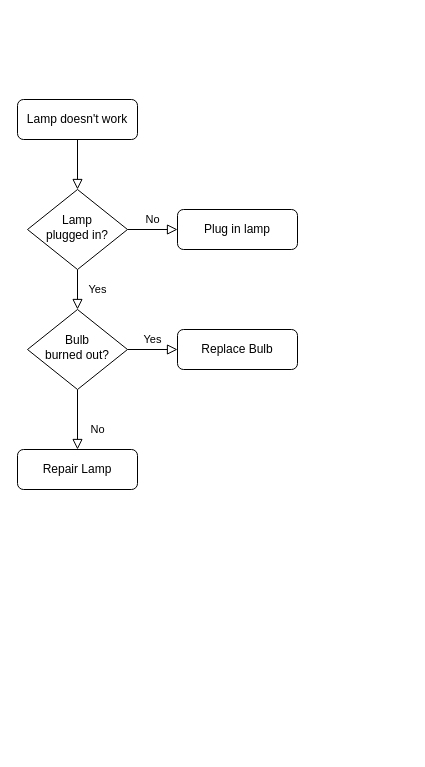
qiweimao/ESP32-Datalogger keeps this draw.io diagram as architecture/Untitled Diagram.drawio. Above is the earlier version. Source tidied: cells renumbered, new cells numbered last; positions are measured from the earlier drawing's top-left corner, leaving out a move shared by most shapes. Both pictures are drawn from the tidied source at 100%, with x=0, y=0 at pixel (17, 99).
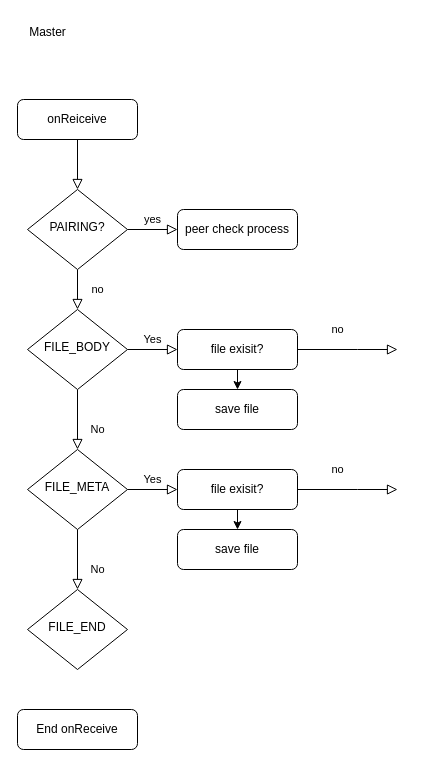
The same diagram, later.

What changed in the source:
```diff
@@
-    <mxCell id="3" value="Lamp doesn't work" style="rounded=1;whiteSpace=wrap;html=1;fontSize=12;glass=0;strokeWidth=1;shadow=0;" parent="1" vertex="1">
+    <mxCell id="3" value="onReiceive" style="rounded=1;whiteSpace=wrap;html=1;fontSize=12;glass=0;strokeWidth=1;shadow=0;" parent="1" vertex="1">
       <mxGeometry width="120" height="40" as="geometry" />
     </mxCell>
-    <mxCell id="4" value="Yes" style="rounded=0;html=1;jettySize=auto;fontSize=11;endArrow=block;endFill=0;endSize=8;strokeWidth=1;shadow=0;labelBackgroundColor=none;edgeStyle=orthogonalEdgeStyle;" parent="1" edge="1" source="6" target="10">
+    <mxCell id="4" value="no" style="rounded=0;html=1;jettySize=auto;fontSize=11;endArrow=block;endFill=0;endSize=8;strokeWidth=1;shadow=0;labelBackgroundColor=none;edgeStyle=orthogonalEdgeStyle;" parent="1" edge="1" source="6" target="10">
       <mxGeometry y="20" relative="1" as="geometry" />
     </mxCell>
-    <mxCell id="5" value="No" style="edgeStyle=orthogonalEdgeStyle;rounded=0;html=1;jettySize=auto;fontSize=11;endArrow=block;endFill=0;endSize=8;strokeWidth=1;shadow=0;labelBackgroundColor=none;" parent="1" edge="1" source="6" target="7">
+    <mxCell id="5" value="yes" style="edgeStyle=orthogonalEdgeStyle;rounded=0;html=1;jettySize=auto;fontSize=11;endArrow=block;endFill=0;endSize=8;strokeWidth=1;shadow=0;labelBackgroundColor=none;" parent="1" edge="1" source="6" target="7">
       <mxGeometry y="10" relative="1" as="geometry" />
     </mxCell>
-    <mxCell id="6" value="Lamp&lt;br&gt;plugged in?" style="rhombus;whiteSpace=wrap;html=1;shadow=0;fontFamily=Helvetica;fontSize=12;align=center;strokeWidth=1;spacing=6;spacingTop=-4;" parent="1" vertex="1">
+    <mxCell id="6" value="PAIRING?" style="rhombus;whiteSpace=wrap;html=1;shadow=0;fontFamily=Helvetica;fontSize=12;align=center;strokeWidth=1;spacing=6;spacingTop=-4;" parent="1" vertex="1">
       <mxGeometry x="10" y="90" width="100" height="80" as="geometry" />
     </mxCell>
-    <mxCell id="7" value="Plug in lamp" style="rounded=1;whiteSpace=wrap;html=1;fontSize=12;glass=0;strokeWidth=1;shadow=0;" parent="1" vertex="1">
+    <mxCell id="7" value="peer check process" style="rounded=1;whiteSpace=wrap;html=1;fontSize=12;glass=0;strokeWidth=1;shadow=0;" parent="1" vertex="1">
       <mxGeometry x="160" y="110" width="120" height="40" as="geometry" />
     </mxCell>
-    <mxCell id="8" value="No" style="rounded=0;html=1;jettySize=auto;fontSize=11;endArrow=block;endFill=0;endSize=8;strokeWidth=1;shadow=0;labelBackgroundColor=none;edgeStyle=orthogonalEdgeStyle;" parent="1" edge="1" source="10" target="11">
+    <mxCell id="8" value="No" style="rounded=0;html=1;jettySize=auto;fontSize=11;endArrow=block;endFill=0;endSize=8;strokeWidth=1;shadow=0;labelBackgroundColor=none;edgeStyle=orthogonalEdgeStyle;entryX=0.5;entryY=0;entryDx=0;entryDy=0;" parent="1" edge="1" source="10" target="14">
       <mxGeometry x="0.33" y="20" relative="1" as="geometry" />
     </mxCell>
@@
-    <mxCell id="10" value="Bulb&lt;br&gt;burned out?" style="rhombus;whiteSpace=wrap;html=1;shadow=0;fontFamily=Helvetica;fontSize=12;align=center;strokeWidth=1;spacing=6;spacingTop=-4;" parent="1" vertex="1">
+    <mxCell id="10" value="FILE_BODY" style="rhombus;whiteSpace=wrap;html=1;shadow=0;fontFamily=Helvetica;fontSize=12;align=center;strokeWidth=1;spacing=6;spacingTop=-4;" parent="1" vertex="1">
       <mxGeometry x="10" y="210" width="100" height="80" as="geometry" />
     </mxCell>
-    <mxCell id="11" value="Repair Lamp" style="rounded=1;whiteSpace=wrap;html=1;fontSize=12;glass=0;strokeWidth=1;shadow=0;" parent="1" vertex="1">
-      <mxGeometry y="350" width="120" height="40" as="geometry" />
+    <mxCell id="11" value="End onReceive" style="rounded=1;whiteSpace=wrap;html=1;fontSize=12;glass=0;strokeWidth=1;shadow=0;" parent="1" vertex="1">
+      <mxGeometry y="610" width="120" height="40" as="geometry" />
     </mxCell>
-    <mxCell id="12" value="Replace Bulb" style="rounded=1;whiteSpace=wrap;html=1;fontSize=12;glass=0;strokeWidth=1;shadow=0;" parent="1" vertex="1">
+    <mxCell id="12" value="file exisit?" style="rounded=1;whiteSpace=wrap;html=1;fontSize=12;glass=0;strokeWidth=1;shadow=0;" parent="1" vertex="1">
       <mxGeometry x="160" y="230" width="120" height="40" as="geometry" />
     </mxCell>
+    <mxCell id="13" value="Master" style="text;html=1;align=center;verticalAlign=middle;strokeColor=none;fillColor=none;" parent="1" vertex="1">
+      <mxGeometry y="-82" width="60" height="30" as="geometry" />
+    </mxCell>
+    <mxCell id="14" value="FILE_META" style="rhombus;whiteSpace=wrap;html=1;shadow=0;fontFamily=Helvetica;fontSize=12;align=center;strokeWidth=1;spacing=6;spacingTop=-4;" parent="1" vertex="1">
+      <mxGeometry x="10" y="350" width="100" height="80" as="geometry" />
+    </mxCell>
+    <mxCell id="15" value="No" style="rounded=0;html=1;jettySize=auto;fontSize=11;endArrow=block;endFill=0;endSize=8;strokeWidth=1;shadow=0;labelBackgroundColor=none;edgeStyle=orthogonalEdgeStyle;entryX=0.5;entryY=0;entryDx=0;entryDy=0;exitX=0.5;exitY=1;exitDx=0;exitDy=0;" parent="1" edge="1" source="14" target="16">
+      <mxGeometry x="0.33" y="20" relative="1" as="geometry" />
+    </mxCell>
+    <mxCell id="16" value="FILE_END" style="rhombus;whiteSpace=wrap;html=1;shadow=0;fontFamily=Helvetica;fontSize=12;align=center;strokeWidth=1;spacing=6;spacingTop=-4;" parent="1" vertex="1">
+      <mxGeometry x="10" y="490" width="100" height="80" as="geometry" />
+    </mxCell>
+    <mxCell id="17" value="no" style="edgeStyle=orthogonalEdgeStyle;rounded=0;html=1;jettySize=auto;fontSize=11;endArrow=block;endFill=0;endSize=8;strokeWidth=1;shadow=0;labelBackgroundColor=none;exitX=1;exitY=0.5;exitDx=0;exitDy=0;" parent="1" edge="1" source="12">
+      <mxGeometry x="-0.21" y="20" relative="1" as="geometry">
+        <mxPoint x="380" y="250" as="targetPoint" />
+        <Array as="points">
+          <mxPoint x="340" y="250" />
+          <mxPoint x="340" y="250" />
+        </Array>
+      </mxGeometry>
+    </mxCell>
+    <mxCell id="18" style="endArrow=classic;html=1;rounded=0;exitX=0.5;exitY=1;exitDx=0;exitDy=0;entryX=0.5;entryY=0;entryDx=0;entryDy=0;" parent="1" edge="1" source="12" target="19">
+      <mxGeometry relative="1" as="geometry" />
+    </mxCell>
+    <mxCell id="19" value="save file" style="rounded=1;whiteSpace=wrap;html=1;fontSize=12;glass=0;strokeWidth=1;shadow=0;" parent="1" vertex="1">
+      <mxGeometry x="160" y="290" width="120" height="40" as="geometry" />
+    </mxCell>
+    <mxCell id="20" value="Yes" style="edgeStyle=orthogonalEdgeStyle;rounded=0;html=1;jettySize=auto;fontSize=11;endArrow=block;endFill=0;endSize=8;strokeWidth=1;shadow=0;labelBackgroundColor=none;exitX=1;exitY=0.5;exitDx=0;exitDy=0;" parent="1" edge="1" source="14" target="21">
+      <mxGeometry y="10" relative="1" as="geometry" />
+    </mxCell>
+    <mxCell id="21" value="file exisit?" style="rounded=1;whiteSpace=wrap;html=1;fontSize=12;glass=0;strokeWidth=1;shadow=0;" parent="1" vertex="1">
+      <mxGeometry x="160" y="370" width="120" height="40" as="geometry" />
+    </mxCell>
+    <mxCell id="22" value="no" style="edgeStyle=orthogonalEdgeStyle;rounded=0;html=1;jettySize=auto;fontSize=11;endArrow=block;endFill=0;endSize=8;strokeWidth=1;shadow=0;labelBackgroundColor=none;exitX=1;exitY=0.5;exitDx=0;exitDy=0;" parent="1" edge="1" source="21">
+      <mxGeometry x="-0.21" y="20" relative="1" as="geometry">
+        <mxPoint x="380" y="390" as="targetPoint" />
+        <Array as="points">
+          <mxPoint x="340" y="390" />
+          <mxPoint x="340" y="390" />
+        </Array>
+      </mxGeometry>
+    </mxCell>
+    <mxCell id="23" style="endArrow=classic;html=1;rounded=0;exitX=0.5;exitY=1;exitDx=0;exitDy=0;entryX=0.5;entryY=0;entryDx=0;entryDy=0;" parent="1" edge="1" source="21" target="24">
+      <mxGeometry relative="1" as="geometry" />
+    </mxCell>
+    <mxCell id="24" value="save file" style="rounded=1;whiteSpace=wrap;html=1;fontSize=12;glass=0;strokeWidth=1;shadow=0;" parent="1" vertex="1">
+      <mxGeometry x="160" y="430" width="120" height="40" as="geometry" />
+    </mxCell>
```
